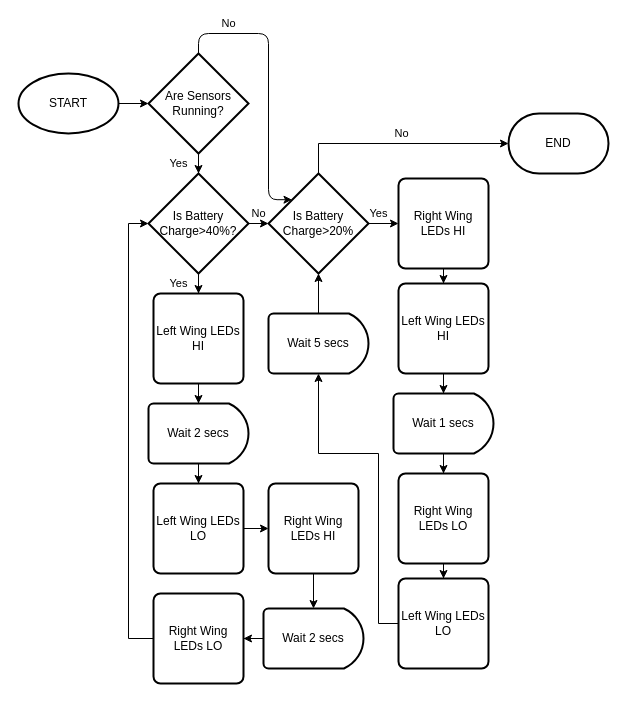
Earlier version of the draw.io diagram LED Flowchart.drawio (Schlubs/UnGlider-EPQ). Source tidied: cells renumbered, new cells numbered last; positions are measured from the earlier drawing's top-left corner, leaving out a move shared by most shapes. Both pictures are drawn from the tidied source at 100%, with x=0, y=0 at pixel (18, 33).
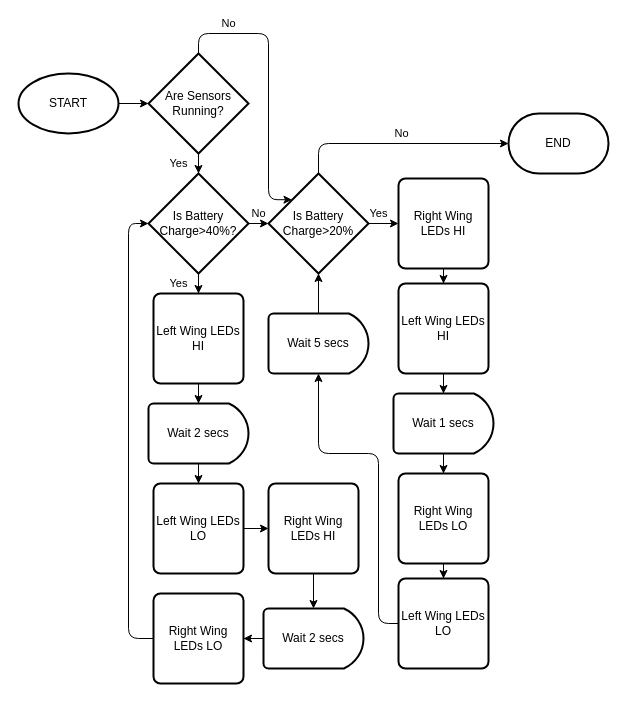
After the change.

Unchanged cells that the change refers to:
```xml
<mxCell id="9" value="&lt;p style=&quot;line-height: 120%;&quot;&gt;Is Battery Charge&amp;gt;40%?&lt;/p&gt;" style="strokeWidth=2;html=1;shape=mxgraph.flowchart.decision;whiteSpace=wrap;strokeOpacity=100;fillOpacity=100;labelBackgroundColor=none;" parent="1" vertex="1">
  <mxGeometry x="130" y="140" width="100" height="100" as="geometry" />
</mxCell>
<mxCell id="11" value="Is Battery Charge&amp;gt;20%" style="strokeWidth=2;html=1;shape=mxgraph.flowchart.decision;whiteSpace=wrap;strokeOpacity=100;fillOpacity=100;labelBackgroundColor=none;" parent="1" vertex="1">
  <mxGeometry x="250" y="140" width="100" height="100" as="geometry" />
</mxCell>
<mxCell id="15" value="END" style="strokeWidth=2;html=1;shape=mxgraph.flowchart.terminator;whiteSpace=wrap;strokeOpacity=100;fillOpacity=100;labelBackgroundColor=none;" parent="1" vertex="1">
  <mxGeometry x="490" y="80" width="100" height="60" as="geometry" />
</mxCell>
<mxCell id="28" value="Right Wing LEDs LO" style="rounded=1;whiteSpace=wrap;html=1;absoluteArcSize=1;arcSize=14;strokeWidth=2;strokeOpacity=100;fillOpacity=100;labelBackgroundColor=none;" parent="1" vertex="1">
  <mxGeometry x="135" y="560" width="90" height="90" as="geometry" />
</mxCell>
<mxCell id="35" value="Left Wing LEDs LO" style="rounded=1;whiteSpace=wrap;html=1;absoluteArcSize=1;arcSize=14;strokeWidth=2;strokeOpacity=100;fillOpacity=100;labelBackgroundColor=none;" parent="1" vertex="1">
  <mxGeometry x="380" y="545" width="90" height="90" as="geometry" />
</mxCell>
<mxCell id="36" value="Wait 5 secs" style="strokeWidth=2;html=1;shape=mxgraph.flowchart.delay;whiteSpace=wrap;strokeOpacity=100;fillOpacity=100;labelBackgroundColor=none;" parent="1" vertex="1">
  <mxGeometry x="250" y="280" width="100" height="60" as="geometry" />
</mxCell>
```

Diff of the diagram source:
```diff
@@
-    <mxCell id="16" value="No" style="edgeStyle=orthogonalEdgeStyle;rounded=0;jettySize=auto;html=1;entryX=0;entryY=0.5;entryDx=0;entryDy=0;entryPerimeter=0;strokeOpacity=100;fillOpacity=100;labelBackgroundColor=none;fillColor=none;" parent="1" edge="1" source="11" target="15">
+    <mxCell id="16" value="No" style="edgeStyle=orthogonalEdgeStyle;rounded=1;jettySize=auto;html=1;entryX=0;entryY=0.5;entryDx=0;entryDy=0;entryPerimeter=0;strokeOpacity=100;fillOpacity=100;labelBackgroundColor=none;fillColor=none;strokeColor=default;curved=0;" parent="1" edge="1" source="11" target="15">
       <mxGeometry x="0.03" y="10" relative="1" as="geometry">
         <Array as="points">
           <mxPoint x="300" y="110" />
         </Array>
       </mxGeometry>
     </mxCell>
@@
-    <mxCell id="27" style="edgeStyle=orthogonalEdgeStyle;rounded=0;jettySize=auto;html=1;entryX=0;entryY=0.5;entryDx=0;entryDy=0;entryPerimeter=0;strokeOpacity=100;fillOpacity=100;labelBackgroundColor=none;" parent="1" edge="1" source="28" target="9">
+    <mxCell id="27" style="edgeStyle=orthogonalEdgeStyle;rounded=1;jettySize=auto;html=1;entryX=0;entryY=0.5;entryDx=0;entryDy=0;entryPerimeter=0;strokeOpacity=100;fillOpacity=100;labelBackgroundColor=none;curved=0;" parent="1" edge="1" source="28" target="9">
       <mxGeometry relative="1" as="geometry">
         <Array as="points">
           <mxPoint x="110" y="605" />
           <mxPoint x="110" y="190" />
         </Array>
       </mxGeometry>
     </mxCell>
@@
-    <mxCell id="34" style="edgeStyle=orthogonalEdgeStyle;rounded=0;jettySize=auto;html=1;entryX=0.5;entryY=1;entryDx=0;entryDy=0;entryPerimeter=0;strokeOpacity=100;fillOpacity=100;labelBackgroundColor=none;" parent="1" edge="1" source="35" target="36">
+    <mxCell id="34" style="edgeStyle=orthogonalEdgeStyle;rounded=1;jettySize=auto;html=1;entryX=0.5;entryY=1;entryDx=0;entryDy=0;entryPerimeter=0;strokeOpacity=100;fillOpacity=100;labelBackgroundColor=none;curved=0;" parent="1" edge="1" source="35" target="36">
       <mxGeometry relative="1" as="geometry">
         <Array as="points">
           <mxPoint x="360" y="590" />
           <mxPoint x="360" y="420" />
           <mxPoint x="300" y="420" />
         </Array>
       </mxGeometry>
     </mxCell>
```
